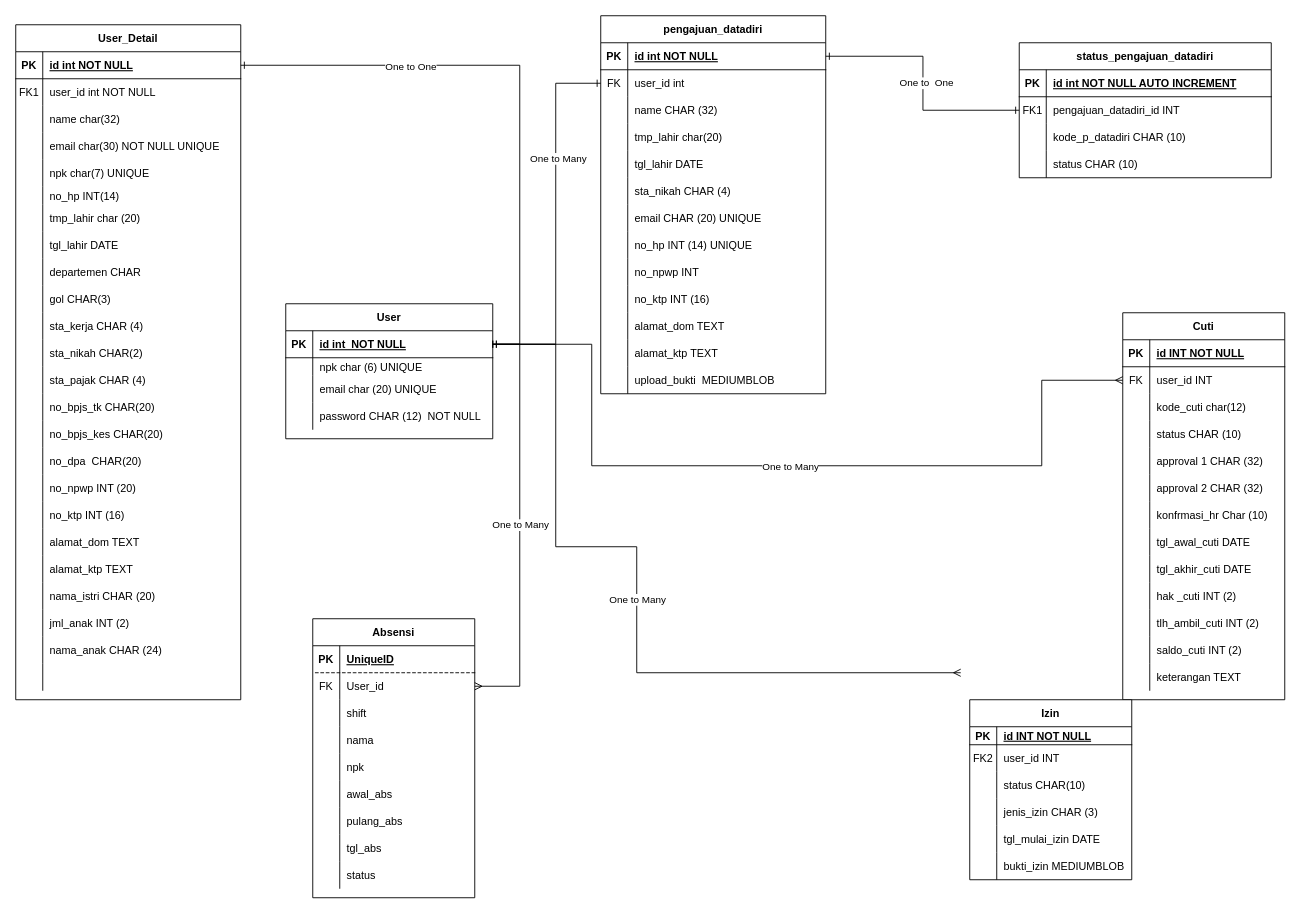
This is page "ERD" (1 of 6) of ERDS1AR/ERD S1AR.drawio from magang-aiia/ERD-Diagram, a draw.io file, before an edit. Source tidied: cells renumbered, new cells numbered last; positions are measured from the earlier drawing's top-left corner, leaving out a move shared by most shapes. Both pictures are drawn from the tidied source at 90%, with x=0, y=0 at pixel (15, 15).
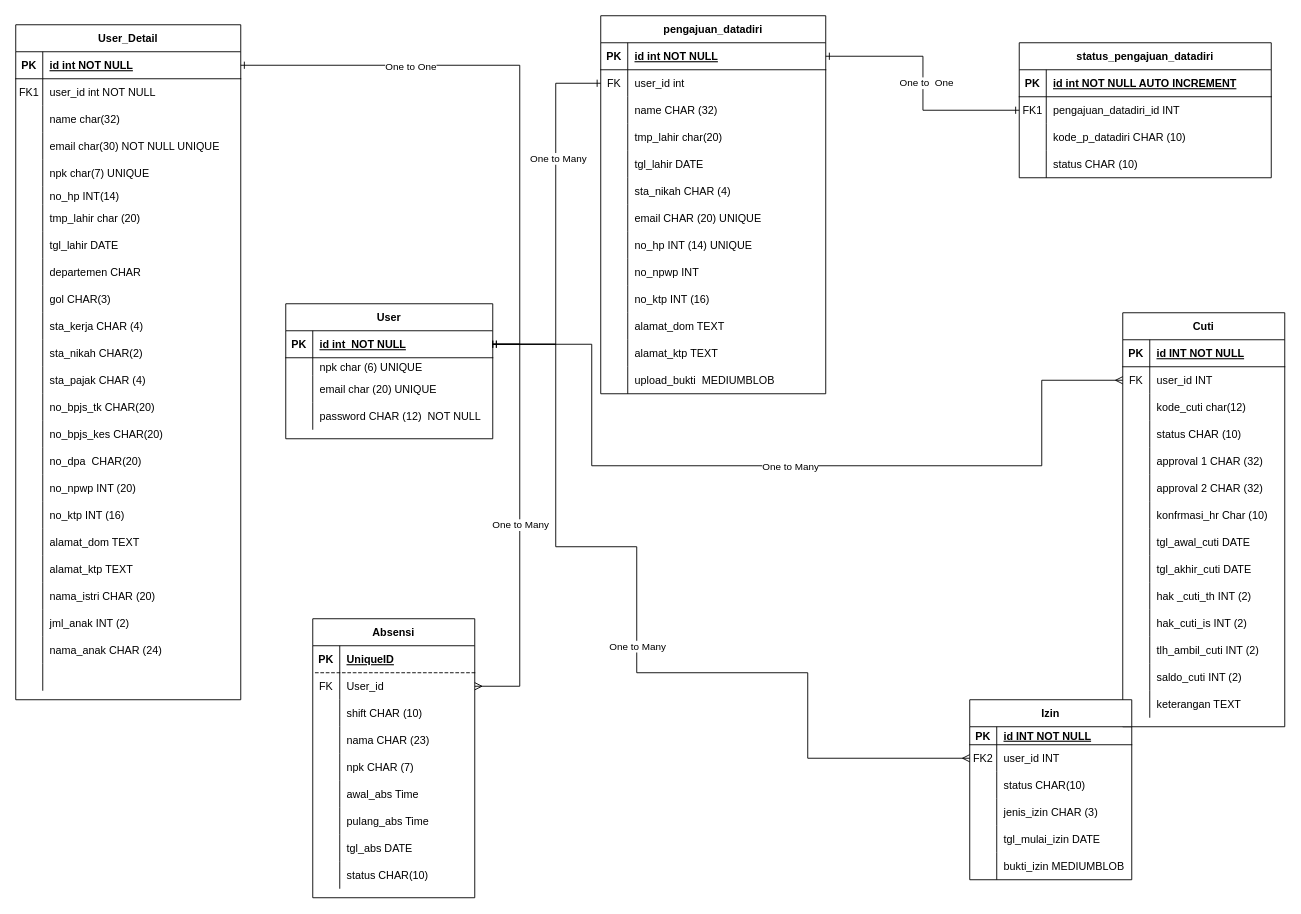
After the change.

Commit message:
revisi jumat pagi ERD S1AR.drawio

Unchanged cells that the change refers to:
```xml
<mxCell id="116" style="shape=tableRow;horizontal=0;startSize=0;swimlaneHead=0;swimlaneBody=0;fillColor=none;points=[[0,0.5],[1,0.5]];portConstraint=eastwest;top=0;left=0;right=0;bottom=1;rounded=0;" parent="115" vertex="1">
  <mxGeometry y="30" width="230" height="30" as="geometry" />
</mxCell>
<mxCell id="156" style="shape=tableRow;horizontal=0;startSize=0;swimlaneHead=0;swimlaneBody=0;fillColor=none;top=0;left=0;right=0;bottom=0;rounded=0;" parent="128" vertex="1">
  <mxGeometry y="300" width="180" height="30" as="geometry" />
</mxCell>
<mxCell id="172" style="shape=tableRow;horizontal=0;startSize=0;swimlaneHead=0;swimlaneBody=0;fillColor=none;points=[[0,0.5],[1,0.5]];portConstraint=eastwest;top=0;left=0;right=0;bottom=0;rounded=0;" parent="168" vertex="1">
  <mxGeometry y="50" width="180" height="30" as="geometry" />
</mxCell>
<mxCell id="217" style="shape=tableRow;horizontal=0;startSize=0;swimlaneHead=0;swimlaneBody=0;fillColor=none;top=0;left=0;right=0;bottom=0;dashed=1;" parent="210" vertex="1">
  <mxGeometry y="90" width="180" height="30" as="geometry" />
</mxCell>
<mxCell id="220" style="shape=tableRow;horizontal=0;startSize=0;swimlaneHead=0;swimlaneBody=0;fillColor=none;top=0;left=0;right=0;bottom=0;dashed=1;" parent="210" vertex="1">
  <mxGeometry y="120" width="180" height="30" as="geometry" />
</mxCell>
<mxCell id="223" style="shape=tableRow;horizontal=0;startSize=0;swimlaneHead=0;swimlaneBody=0;fillColor=none;top=0;left=0;right=0;bottom=0;dashed=1;" parent="210" vertex="1">
  <mxGeometry y="150" width="180" height="30" as="geometry" />
</mxCell>
<mxCell id="226" style="shape=tableRow;horizontal=0;startSize=0;swimlaneHead=0;swimlaneBody=0;fillColor=none;top=0;left=0;right=0;bottom=0;dashed=1;" parent="210" vertex="1">
  <mxGeometry y="180" width="180" height="30" as="geometry" />
</mxCell>
<mxCell id="229" style="shape=tableRow;horizontal=0;startSize=0;swimlaneHead=0;swimlaneBody=0;fillColor=none;top=0;left=0;right=0;bottom=0;dashed=1;" parent="210" vertex="1">
  <mxGeometry y="210" width="180" height="30" as="geometry" />
</mxCell>
<mxCell id="232" style="shape=tableRow;horizontal=0;startSize=0;swimlaneHead=0;swimlaneBody=0;fillColor=none;top=0;left=0;right=0;bottom=0;dashed=1;" parent="210" vertex="1">
  <mxGeometry y="240" width="180" height="30" as="geometry" />
</mxCell>
<mxCell id="235" style="shape=tableRow;horizontal=0;startSize=0;swimlaneHead=0;swimlaneBody=0;fillColor=none;top=0;left=0;right=0;bottom=0;dashed=1;" parent="210" vertex="1">
  <mxGeometry y="270" width="180" height="30" as="geometry" />
</mxCell>
```

What changed in the source:
```diff
@@
     <mxCell id="128" value="Cuti" style="shape=table;startSize=30;childLayout=tableLayout;rowLines=0;fontStyle=1;align=center;rounded=0;" parent="1" vertex="1">
-      <mxGeometry x="1230" y="330" width="180" height="430" as="geometry" />
+      <mxGeometry x="1230" y="330" width="180" height="460" as="geometry" />
     </mxCell>
@@
-    <mxCell id="158" value="hak _cuti INT (2)" style="shape=partialRectangle;fillColor=none;top=0;left=0;bottom=0;right=0;align=left;spacingLeft=6;overflow=hidden;rounded=0;" parent="156" vertex="1">
+    <mxCell id="158" value="hak _cuti_th INT (2)" style="shape=partialRectangle;fillColor=none;top=0;left=0;bottom=0;right=0;align=left;spacingLeft=6;overflow=hidden;rounded=0;" parent="156" vertex="1">
       <mxGeometry x="30" width="150" height="30" as="geometry" />
     </mxCell>
+    <mxCell id="240" style="shape=tableRow;horizontal=0;startSize=0;swimlaneHead=0;swimlaneBody=0;fillColor=none;top=0;left=0;right=0;bottom=0;rounded=0;" parent="128" vertex="1">
+      <mxGeometry y="330" width="180" height="30" as="geometry" />
+    </mxCell>
+    <mxCell id="241" style="shape=partialRectangle;fillColor=none;top=0;left=0;bottom=0;right=0;overflow=hidden;rounded=0;" parent="240" vertex="1">
+      <mxGeometry width="30" height="30" as="geometry" />
+    </mxCell>
+    <mxCell id="242" value="hak_cuti_is INT (2)" style="shape=partialRectangle;fillColor=none;top=0;left=0;bottom=0;right=0;align=left;spacingLeft=6;overflow=hidden;rounded=0;" parent="240" vertex="1">
+      <mxGeometry x="30" width="150" height="30" as="geometry" />
+    </mxCell>
     <mxCell id="159" style="shape=tableRow;horizontal=0;startSize=0;swimlaneHead=0;swimlaneBody=0;fillColor=none;top=0;left=0;right=0;bottom=0;rounded=0;" parent="128" vertex="1">
-      <mxGeometry y="330" width="180" height="30" as="geometry" />
+      <mxGeometry y="360" width="180" height="30" as="geometry" />
     </mxCell>
@@
     <mxCell id="162" style="shape=tableRow;horizontal=0;startSize=0;swimlaneHead=0;swimlaneBody=0;fillColor=none;top=0;left=0;right=0;bottom=0;rounded=0;" parent="128" vertex="1">
-      <mxGeometry y="360" width="180" height="30" as="geometry" />
+      <mxGeometry y="390" width="180" height="30" as="geometry" />
     </mxCell>
@@
     <mxCell id="165" style="shape=tableRow;horizontal=0;startSize=0;swimlaneHead=0;swimlaneBody=0;fillColor=none;top=0;left=0;right=0;bottom=0;rounded=0;" parent="128" vertex="1">
-      <mxGeometry y="390" width="180" height="30" as="geometry" />
+      <mxGeometry y="420" width="180" height="30" as="geometry" />
     </mxCell>
@@
-    <mxCell id="206" style="endArrow=ERmany;html=1;rounded=0;exitX=1;exitY=0.5;exitDx=0;exitDy=0;edgeStyle=orthogonalEdgeStyle;elbow=vertical;endFill=0;" parent="1" edge="1" source="116">
+    <mxCell id="206" style="endArrow=ERmany;html=1;rounded=0;exitX=1;exitY=0.5;exitDx=0;exitDy=0;edgeStyle=orthogonalEdgeStyle;elbow=vertical;endFill=0;entryX=0;entryY=0.5;entryDx=0;entryDy=0;" parent="1" edge="1" source="116" target="172">
       <mxGeometry relative="1" as="geometry">
-        <mxPoint x="1050" y="730" as="targetPoint" />
         <Array as="points">
           <mxPoint x="600" y="365" />
           <mxPoint x="600" y="590" />
           <mxPoint x="690" y="590" />
           <mxPoint x="690" y="730" />
+          <mxPoint x="880" y="730" />
+          <mxPoint x="880" y="825" />
         </Array>
       </mxGeometry>
     </mxCell>
@@
-    <mxCell id="219" value="shift" style="shape=partialRectangle;fillColor=none;top=0;left=0;bottom=0;right=0;align=left;spacingLeft=6;overflow=hidden;dashed=1;" parent="217" vertex="1">
+    <mxCell id="219" value="shift CHAR (10)" style="shape=partialRectangle;fillColor=none;top=0;left=0;bottom=0;right=0;align=left;spacingLeft=6;overflow=hidden;dashed=1;" parent="217" vertex="1">
       <mxGeometry x="30" width="150" height="30" as="geometry" />
     </mxCell>
@@
-    <mxCell id="222" value="nama" style="shape=partialRectangle;fillColor=none;top=0;left=0;bottom=0;right=0;align=left;spacingLeft=6;overflow=hidden;dashed=1;" parent="220" vertex="1">
+    <mxCell id="222" value="nama CHAR (23)" style="shape=partialRectangle;fillColor=none;top=0;left=0;bottom=0;right=0;align=left;spacingLeft=6;overflow=hidden;dashed=1;" parent="220" vertex="1">
       <mxGeometry x="30" width="150" height="30" as="geometry" />
     </mxCell>
@@
-    <mxCell id="225" value="npk" style="shape=partialRectangle;fillColor=none;top=0;left=0;bottom=0;right=0;align=left;spacingLeft=6;overflow=hidden;dashed=1;" parent="223" vertex="1">
+    <mxCell id="225" value="npk CHAR (7)" style="shape=partialRectangle;fillColor=none;top=0;left=0;bottom=0;right=0;align=left;spacingLeft=6;overflow=hidden;dashed=1;" parent="223" vertex="1">
       <mxGeometry x="30" width="150" height="30" as="geometry" />
     </mxCell>
@@
-    <mxCell id="228" value="awal_abs" style="shape=partialRectangle;fillColor=none;top=0;left=0;bottom=0;right=0;align=left;spacingLeft=6;overflow=hidden;dashed=1;" parent="226" vertex="1">
+    <mxCell id="228" value="awal_abs Time" style="shape=partialRectangle;fillColor=none;top=0;left=0;bottom=0;right=0;align=left;spacingLeft=6;overflow=hidden;dashed=1;" parent="226" vertex="1">
       <mxGeometry x="30" width="150" height="30" as="geometry" />
     </mxCell>
@@
-    <mxCell id="231" value="pulang_abs" style="shape=partialRectangle;fillColor=none;top=0;left=0;bottom=0;right=0;align=left;spacingLeft=6;overflow=hidden;dashed=1;" parent="229" vertex="1">
+    <mxCell id="231" value="pulang_abs Time" style="shape=partialRectangle;fillColor=none;top=0;left=0;bottom=0;right=0;align=left;spacingLeft=6;overflow=hidden;dashed=1;" parent="229" vertex="1">
       <mxGeometry x="30" width="150" height="30" as="geometry" />
     </mxCell>
@@
-    <mxCell id="234" value="tgl_abs" style="shape=partialRectangle;fillColor=none;top=0;left=0;bottom=0;right=0;align=left;spacingLeft=6;overflow=hidden;dashed=1;" parent="232" vertex="1">
+    <mxCell id="234" value="tgl_abs DATE" style="shape=partialRectangle;fillColor=none;top=0;left=0;bottom=0;right=0;align=left;spacingLeft=6;overflow=hidden;dashed=1;" parent="232" vertex="1">
       <mxGeometry x="30" width="150" height="30" as="geometry" />
     </mxCell>
@@
-    <mxCell id="237" value="status" style="shape=partialRectangle;fillColor=none;top=0;left=0;bottom=0;right=0;align=left;spacingLeft=6;overflow=hidden;dashed=1;" parent="235" vertex="1">
+    <mxCell id="237" value="status CHAR(10)" style="shape=partialRectangle;fillColor=none;top=0;left=0;bottom=0;right=0;align=left;spacingLeft=6;overflow=hidden;dashed=1;" parent="235" vertex="1">
       <mxGeometry x="30" width="150" height="30" as="geometry" />
     </mxCell>
```
